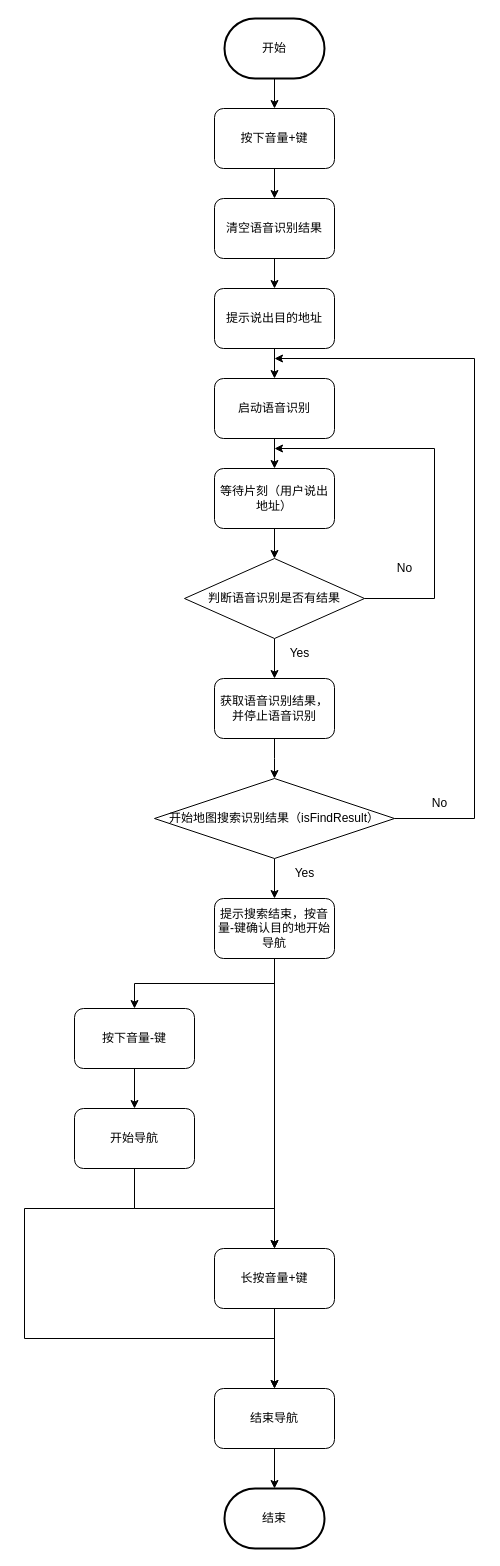
Before: 导航逻辑.drawio in yuxibiwin/draw, a draw.io diagram. Source tidied: cells renumbered, new cells numbered last; positions are measured from the earlier drawing's top-left corner, leaving out a move shared by most shapes. Both pictures are drawn from the tidied source at 100%, with x=0, y=0 at pixel (24, 18).
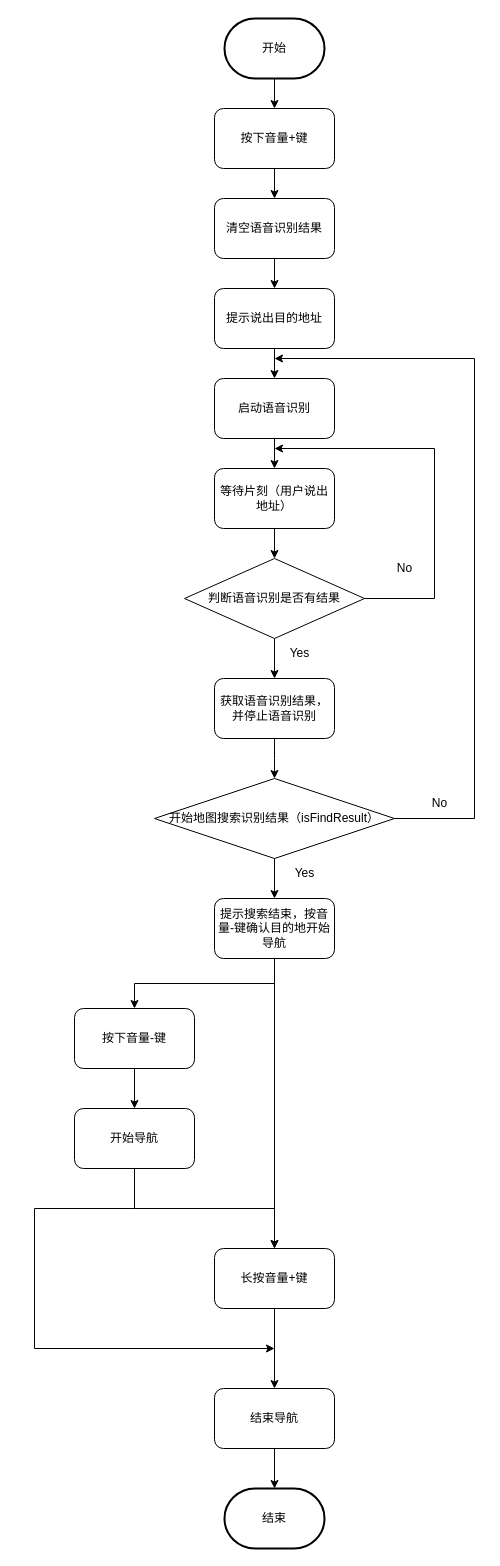
The same page after the edit.

Commit message (it also covers changes not shown here):
更新导航逻辑.drawio

Unchanged cells that the change refers to:
```xml
<mxCell id="36" value="开始导航" style="rounded=1;whiteSpace=wrap;html=1;" parent="1" vertex="1">
  <mxGeometry x="50" y="1090" width="120" height="60" as="geometry" />
</mxCell>
<mxCell id="38" value="结束导航" style="rounded=1;whiteSpace=wrap;html=1;" parent="1" vertex="1">
  <mxGeometry x="190" y="1370" width="120" height="60" as="geometry" />
</mxCell>
```

Diff of the diagram source:
```diff
@@
-    <mxCell id="35" style="edgeStyle=orthogonalEdgeStyle;rounded=0;jettySize=auto;html=1;exitX=0.5;exitY=1;exitDx=0;exitDy=0;entryX=0.5;entryY=0;entryDx=0;entryDy=0;" parent="1" edge="1" source="36" target="38">
-      <mxGeometry relative="1" as="geometry">
-        <Array as="points">
-          <mxPoint x="110" y="1190" />
-          <mxPoint y="1190" />
-          <mxPoint y="1320" />
-          <mxPoint x="250" y="1320" />
-        </Array>
-      </mxGeometry>
-    </mxCell>
+    <mxCell id="39" style="edgeStyle=orthogonalEdgeStyle;rounded=0;jettySize=auto;html=1;exitX=0.5;exitY=1;exitDx=0;exitDy=0;" parent="1" edge="1" source="36">
+      <mxGeometry relative="1" as="geometry">
+        <mxPoint x="250" y="1330" as="targetPoint" />
+        <Array as="points">
+          <mxPoint x="110" y="1190" />
+          <mxPoint x="10" y="1190" />
+          <mxPoint x="10" y="1330" />
+        </Array>
+      </mxGeometry>
+    </mxCell>
```
